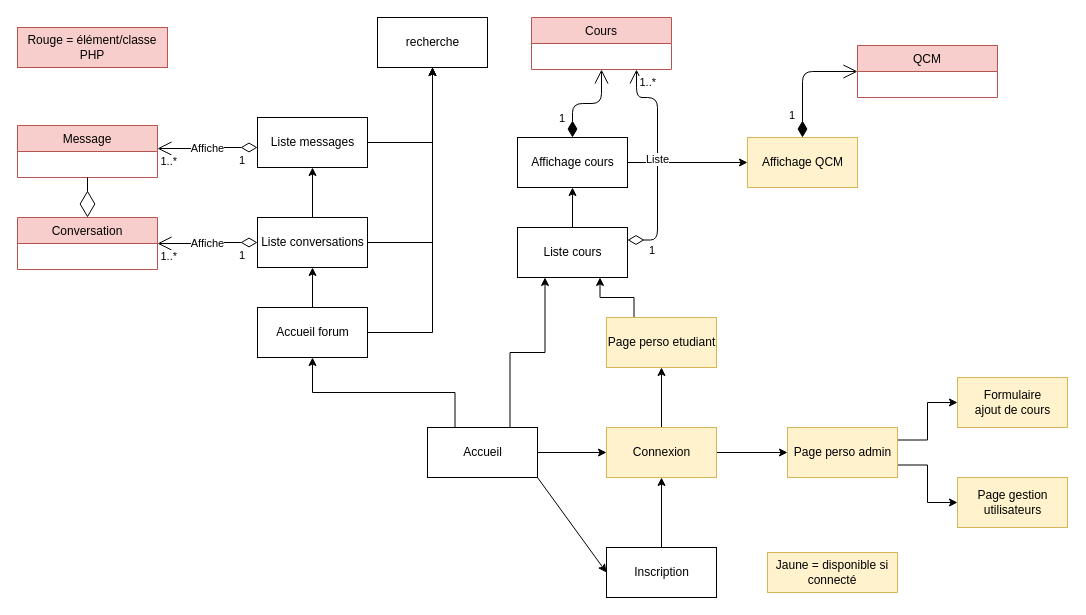
The draw.io diagram documentation/diagrammes/Navigation.drawio in FC-Dijkstra/SiteFormation_DAW, before the edit. Source tidied: cells renumbered, new cells numbered last; positions are measured from the earlier drawing's top-left corner, leaving out a move shared by most shapes. Both pictures are drawn from the tidied source at 100%, with x=0, y=0 at pixel (17, 17).
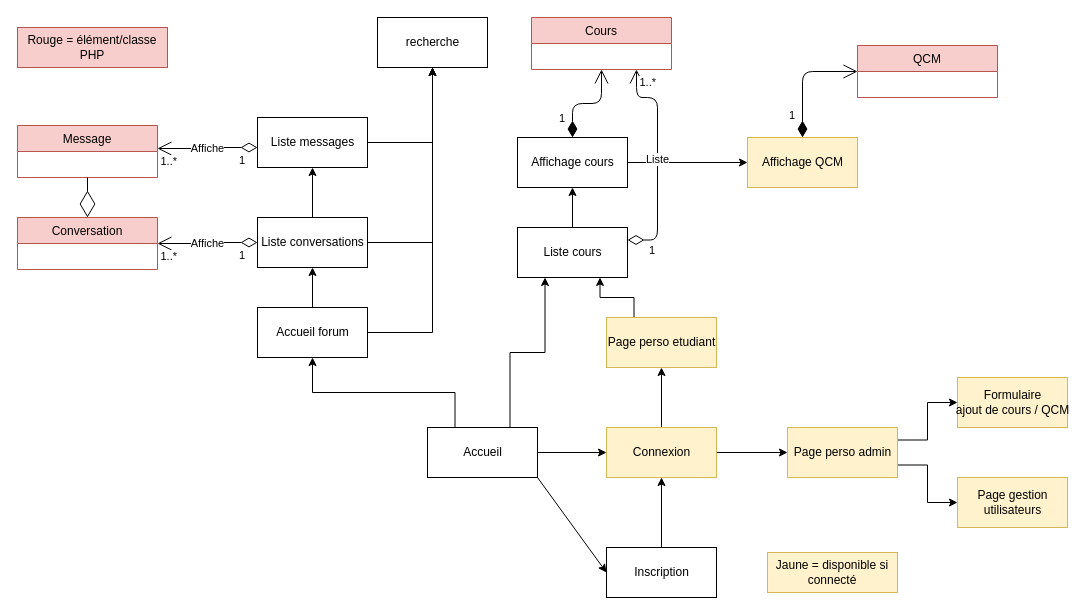
Above is the later version.

Diff of the diagram source:
```diff
@@
-    <mxCell id="23" value="Formulaire &lt;br&gt;ajout de cours" style="html=1;fillColor=#fff2cc;strokeColor=#d6b656;" parent="1" vertex="1">
+    <mxCell id="23" value="Formulaire &lt;br&gt;ajout de cours / QCM" style="html=1;fillColor=#fff2cc;strokeColor=#d6b656;" parent="1" vertex="1">
       <mxGeometry x="940" y="360" width="110" height="50" as="geometry" />
     </mxCell>
```
